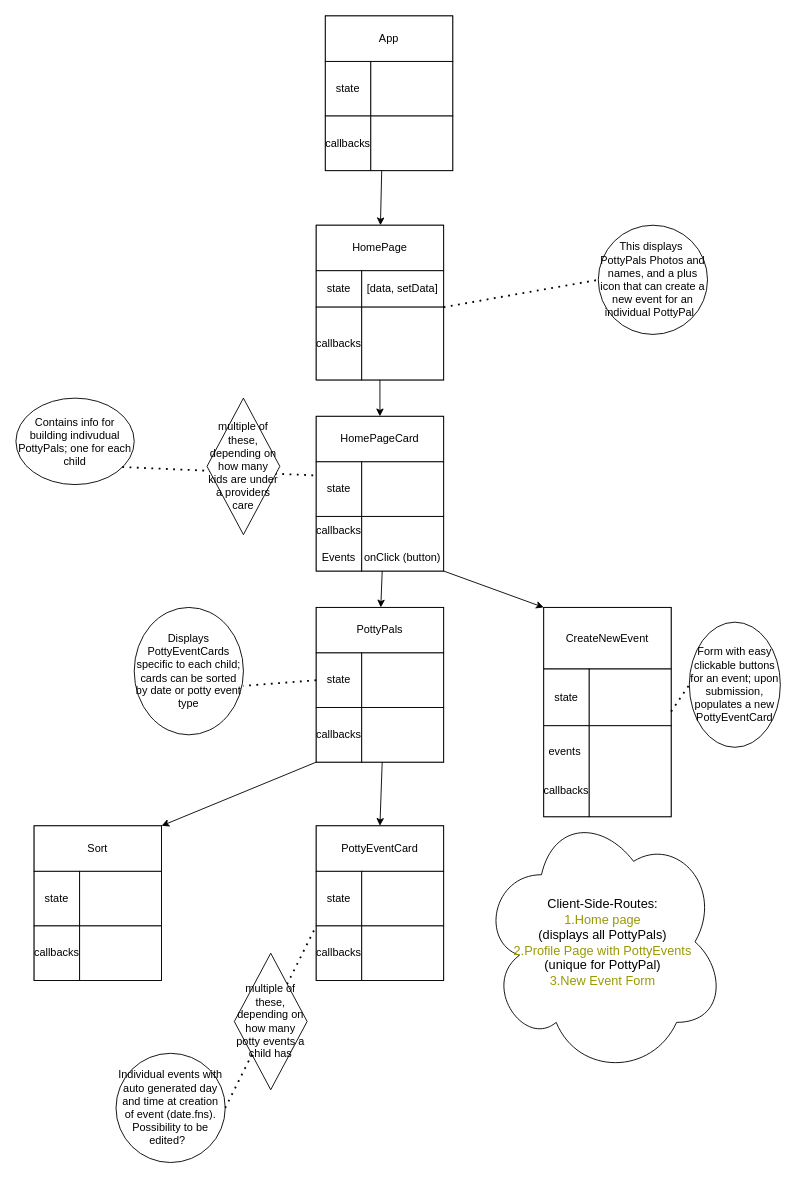
Earlier version of the draw.io diagram wireframe.drawio (kriegercisneros/phase-2-second). Source tidied: cells renumbered, new cells numbered last; positions are measured from the earlier drawing's top-left corner, leaving out a move shared by most shapes. Both pictures are drawn from the tidied source at 91%, with x=0, y=0 at pixel (15, 15).
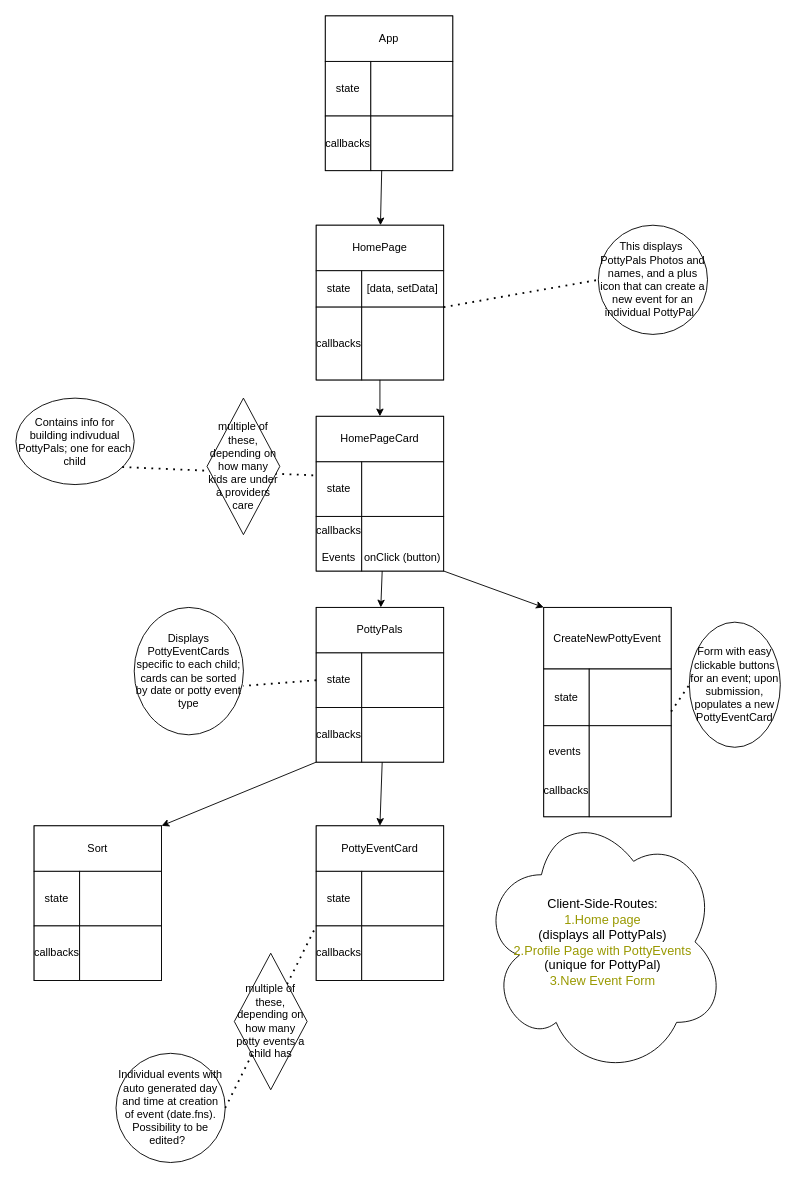
After the change.

The change refers to these unchanged cells:
```xml
<mxCell id="31" style="group;" parent="1" vertex="1">
  <mxGeometry x="580" y="650" width="140" height="230" as="geometry" />
</mxCell>
```

Diff of the diagram source:
```diff
@@
-    <mxCell id="33" value="CreateNewEvent" style="rounded=0;whiteSpace=wrap;html=1;" parent="31" vertex="1">
+    <mxCell id="33" value="CreateNewPottyEvent" style="rounded=0;whiteSpace=wrap;html=1;" parent="31" vertex="1">
       <mxGeometry width="140" height="67.6" as="geometry" />
     </mxCell>
```
